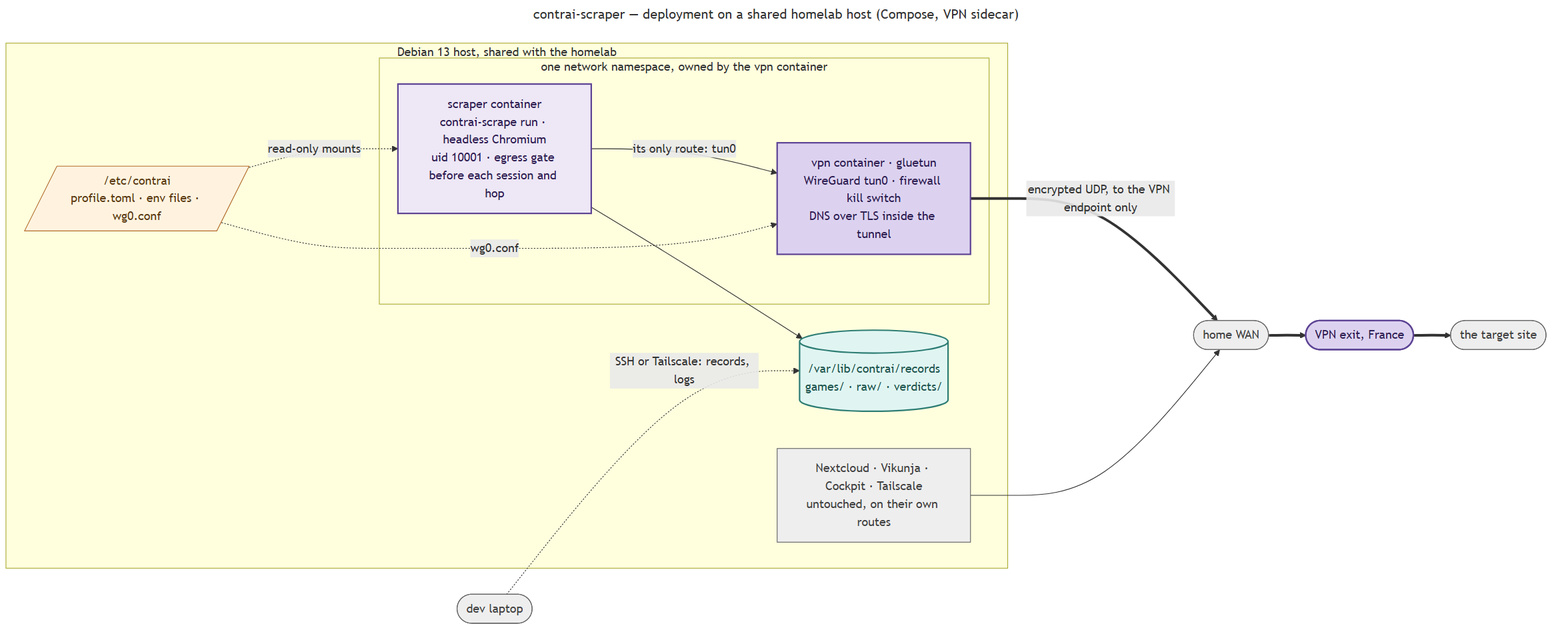
Before: docs/diagrams/deploy_scraper.png, a diagram exported from Mermaid (valmathieu/ContrAI). Its source is kept beside it as docs/diagrams/deploy_scraper.mmd. The source it was exported from:
```mermaid
---
title: contrai-scraper — deployment on a shared homelab host (Compose, VPN sidecar)
---
flowchart LR
    subgraph Host["Debian 13 host, shared with the homelab"]
        direction TB
        subgraph Netns["one network namespace, owned by the vpn container"]
            direction TB
            Scraper["scraper container<br/>contrai-scrape run · headless Chromium<br/>uid 10001 · egress gate before each session and hop"]
            Vpn["vpn container · gluetun<br/>WireGuard tun0 · firewall kill switch<br/>DNS over TLS inside the tunnel"]
            Scraper -- "its only route: tun0" --> Vpn
        end
        Etc[/"/etc/contrai<br/>profile.toml · env files · wg0.conf"/]
        Records[("/var/lib/contrai/records<br/>games/ · raw/ · verdicts/")]
        Homelab["Nextcloud · Vikunja · Cockpit · Tailscale<br/>untouched, on their own routes"]
        Etc -. "read-only mounts" .-> Scraper
        Etc -. "wg0.conf" .-> Vpn
        Scraper --> Records
    end

    Vpn == "encrypted UDP, to the VPN endpoint only" ==> Wan(["home WAN"])
    Homelab --> Wan
    Wan ==> Exit(["VPN exit, France"])
    Exit ==> Site(["the target site"])
    Laptop(["dev laptop"]) -. "SSH or Tailscale: records, logs" .-> Records

    classDef scraper fill:#EDE7F6,stroke:#5E4495,stroke-width:2px,color:#2E1F52;
    classDef data fill:#E0F5F2,stroke:#2E7D74,stroke-width:2px,color:#1F544E;
    classDef config fill:#FFF3E0,stroke:#B26A28,stroke-width:1px,color:#5C3A14;
    classDef external fill:#EEEEEE,stroke:#616161,stroke-width:1px,color:#424242;
    classDef tunnel fill:#DCD2F0,stroke:#5E4495,stroke-width:2px,color:#2E1F52;

    class Scraper scraper;
    class Vpn,Exit tunnel;
    class Records data;
    class Etc config;
    class Homelab,Wan,Site,Laptop external;
```
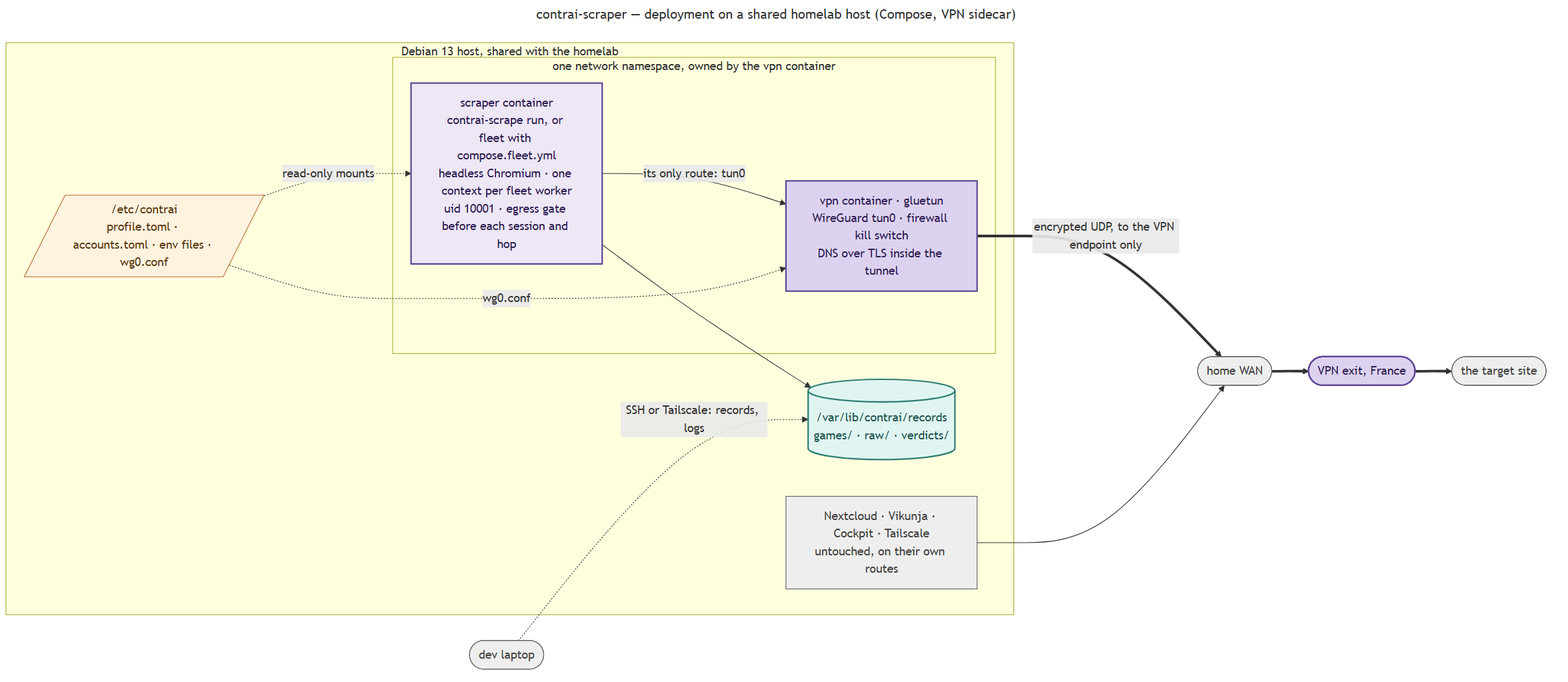
The same diagram one commit later.

Commit message:
docs(scraper): list fleet in the CLI table and close the ramp item

The CLI row omitted `fleet`, the deployment paragraph and diagram still
showed only `run` and no accounts file, and the pending list still called
the ramp open. The ramp item becomes the open sizing question the peak runs
raised.

The edit, as a diff of the source:
```diff
@@ -6,11 +6,11 @@
         direction TB
         subgraph Netns["one network namespace, owned by the vpn container"]
             direction TB
-            Scraper["scraper container<br/>contrai-scrape run · headless Chromium<br/>uid 10001 · egress gate before each session and hop"]
+            Scraper["scraper container<br/>contrai-scrape run, or fleet with compose.fleet.yml<br/>headless Chromium · one context per fleet worker<br/>uid 10001 · egress gate before each session and hop"]
             Vpn["vpn container · gluetun<br/>WireGuard tun0 · firewall kill switch<br/>DNS over TLS inside the tunnel"]
             Scraper -- "its only route: tun0" --> Vpn
         end
-        Etc[/"/etc/contrai<br/>profile.toml · env files · wg0.conf"/]
+        Etc[/"/etc/contrai<br/>profile.toml · accounts.toml · env files · wg0.conf"/]
         Records[("/var/lib/contrai/records<br/>games/ · raw/ · verdicts/")]
         Homelab["Nextcloud · Vikunja · Cockpit · Tailscale<br/>untouched, on their own routes"]
         Etc -. "read-only mounts" .-> Scraper
```
